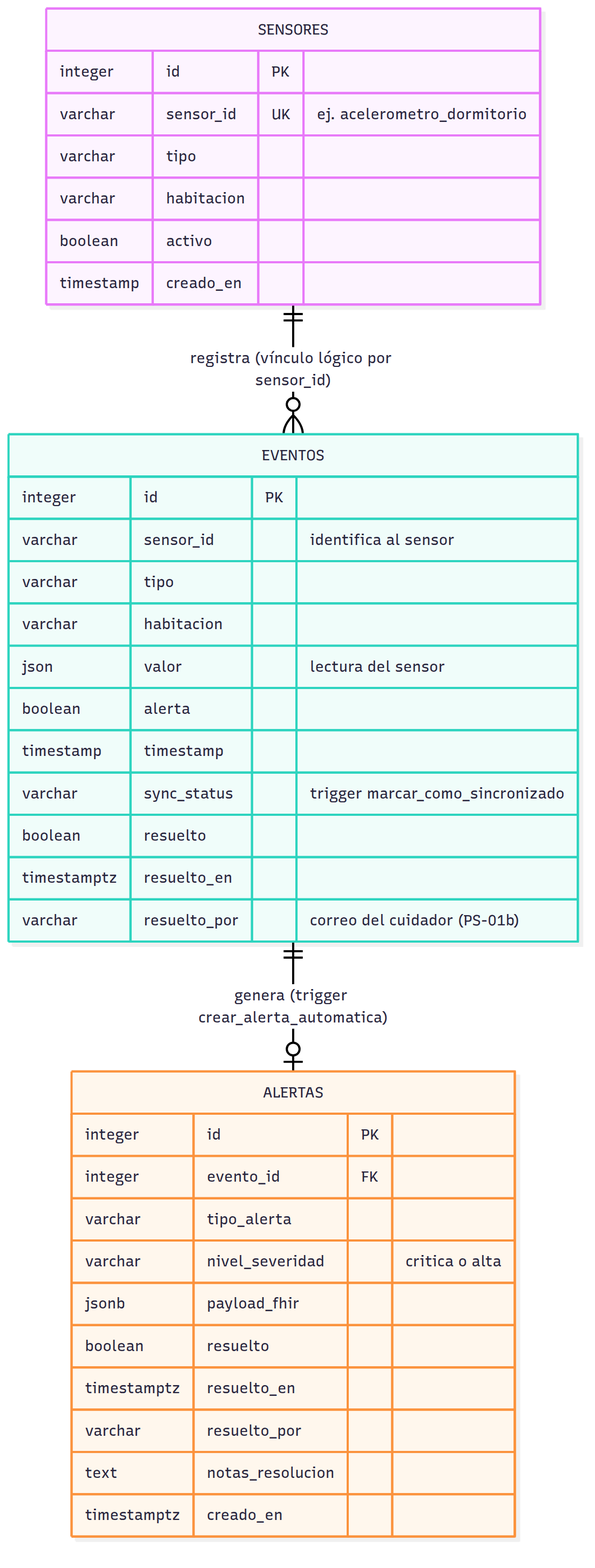
Earlier version of the Mermaid export docs/fase2/diagramas/05_modelo_datos.png (AndresVergara74/domovida-backend). Its source is kept beside it as docs/fase2/diagramas/05_modelo_datos.mmd. The source it was exported from:
```mermaid
erDiagram
  SENSORES ||--o{ EVENTOS : "registra (vínculo lógico por sensor_id)"
  EVENTOS ||--o| ALERTAS : "genera (trigger crear_alerta_automatica)"
  SENSORES {
    integer id PK
    varchar sensor_id UK "ej. acelerometro_dormitorio"
    varchar tipo
    varchar habitacion
    boolean activo
    timestamp creado_en
  }
  EVENTOS {
    integer id PK
    varchar sensor_id "identifica al sensor"
    varchar tipo
    varchar habitacion
    json valor "lectura del sensor"
    boolean alerta
    timestamp timestamp
    varchar sync_status "trigger marcar_como_sincronizado"
    boolean resuelto
    timestamptz resuelto_en
    varchar resuelto_por "correo del cuidador (PS-01b)"
  }
  ALERTAS {
    integer id PK
    integer evento_id FK
    varchar tipo_alerta
    varchar nivel_severidad "critica o alta"
    jsonb payload_fhir
    boolean resuelto
    timestamptz resuelto_en
    varchar resuelto_por
    text notas_resolucion
    timestamptz creado_en
  }
```
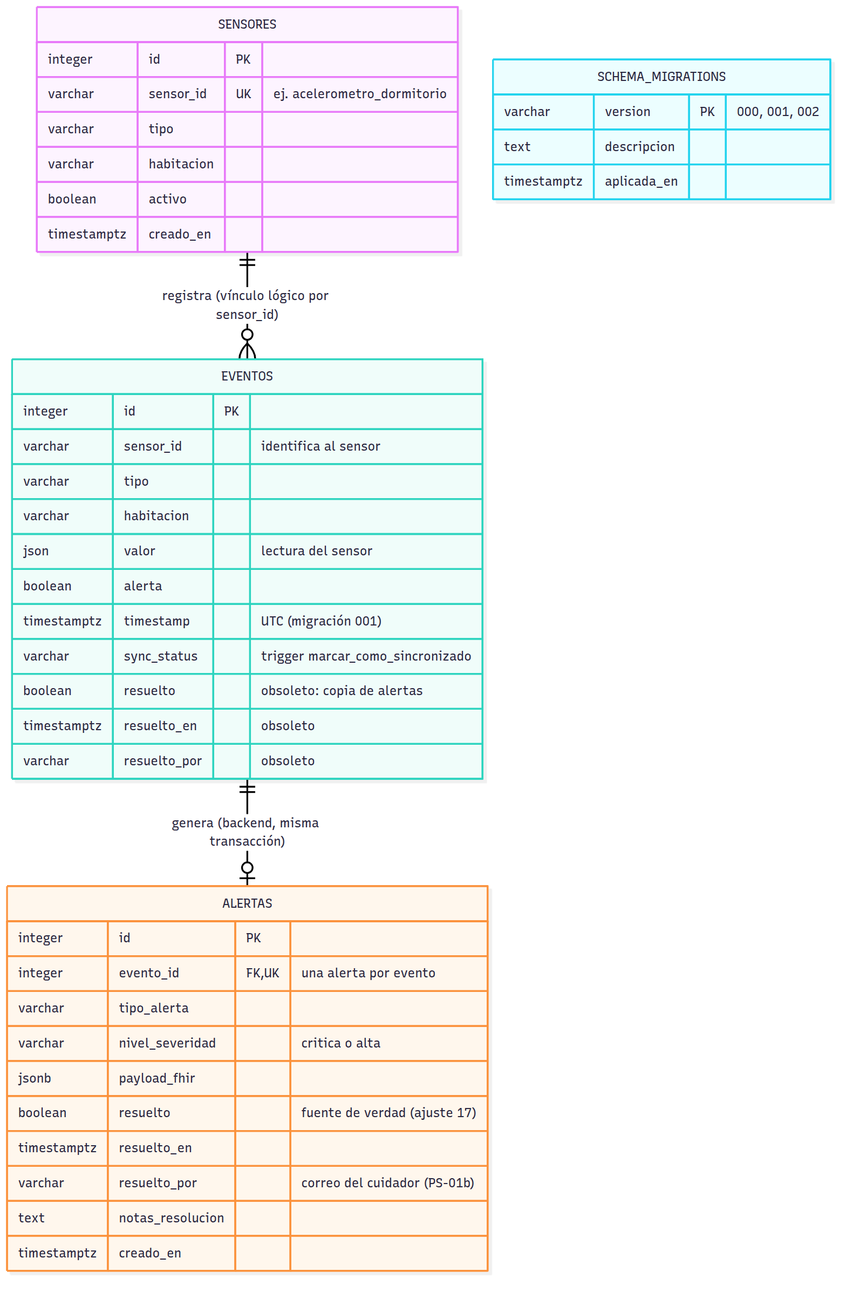
The same diagram one commit later.

Commit message:
docs(diagramas): secuencia y modelo de datos actualizados tras migraciones 001 y 002

Change to the diagram source:
```diff
@@ -1,13 +1,13 @@
 erDiagram
   SENSORES ||--o{ EVENTOS : "registra (vínculo lógico por sensor_id)"
-  EVENTOS ||--o| ALERTAS : "genera (trigger crear_alerta_automatica)"
+  EVENTOS ||--o| ALERTAS : "genera (backend, misma transacción)"
   SENSORES {
     integer id PK
     varchar sensor_id UK "ej. acelerometro_dormitorio"
     varchar tipo
     varchar habitacion
     boolean activo
-    timestamp creado_en
+    timestamptz creado_en
   }
   EVENTOS {
     integer id PK
@@ -16,21 +16,26 @@
     varchar habitacion
     json valor "lectura del sensor"
     boolean alerta
-    timestamp timestamp
+    timestamptz timestamp "UTC (migración 001)"
     varchar sync_status "trigger marcar_como_sincronizado"
-    boolean resuelto
-    timestamptz resuelto_en
-    varchar resuelto_por "correo del cuidador (PS-01b)"
+    boolean resuelto "obsoleto: copia de alertas"
+    timestamptz resuelto_en "obsoleto"
+    varchar resuelto_por "obsoleto"
   }
   ALERTAS {
     integer id PK
-    integer evento_id FK
+    integer evento_id FK, UK "una alerta por evento"
     varchar tipo_alerta
     varchar nivel_severidad "critica o alta"
     jsonb payload_fhir
-    boolean resuelto
+    boolean resuelto "fuente de verdad (ajuste 17)"
     timestamptz resuelto_en
-    varchar resuelto_por
+    varchar resuelto_por "correo del cuidador (PS-01b)"
     text notas_resolucion
     timestamptz creado_en
   }
+  SCHEMA_MIGRATIONS {
+    varchar version PK "000, 001, 002"
+    text descripcion
+    timestamptz aplicada_en
+  }
```
